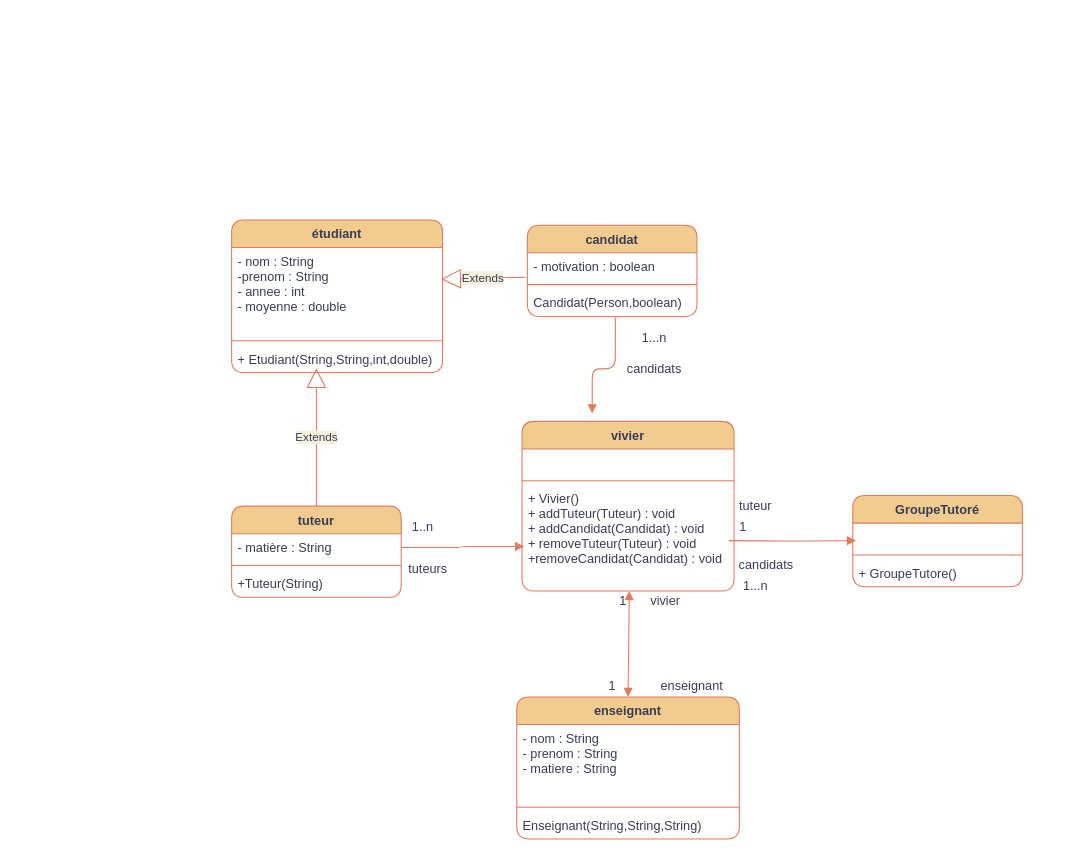
This is uml(1).drawio from GoujetP/tutoratIUT, a draw.io file, before an edit. Source tidied: cells renumbered, new cells numbered last; positions are measured from the earlier drawing's top-left corner, leaving out a move shared by most shapes. Both pictures are drawn from the tidied source at 106%, with x=0, y=0 at pixel (231, 219).
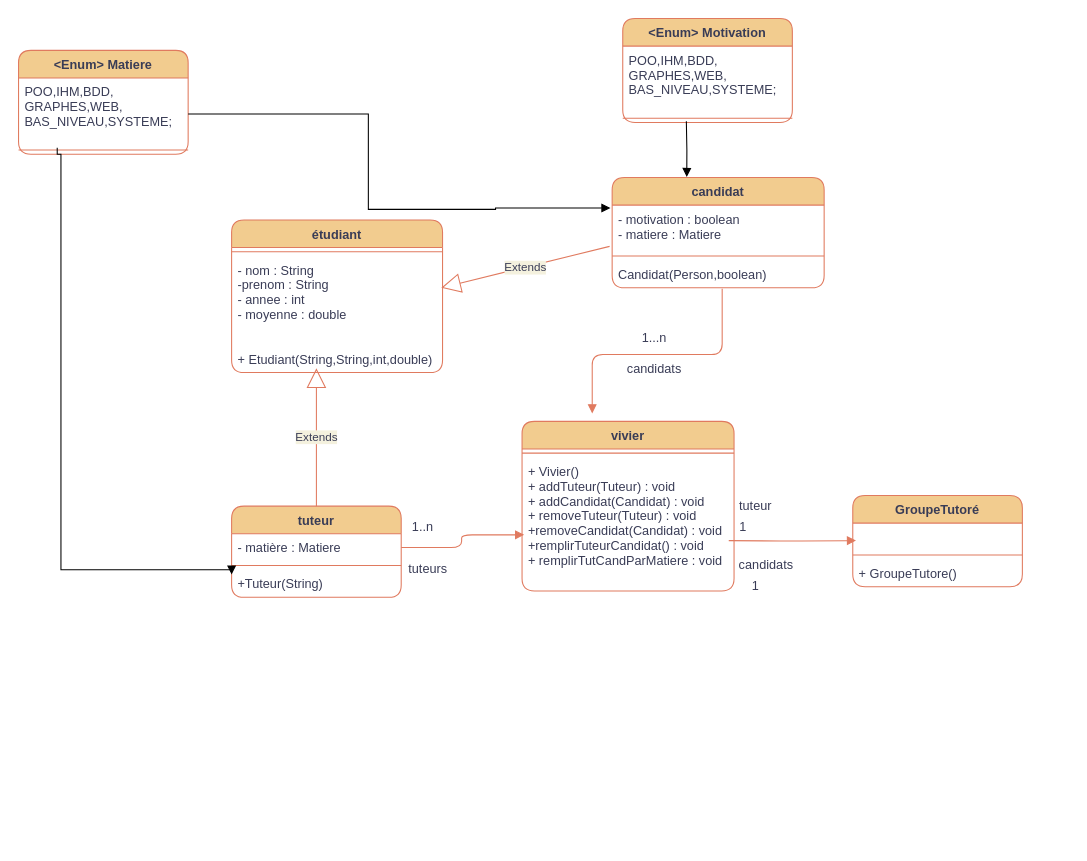
The same page after the edit.

Commit message (it also covers changes not shown here):
affectation ihh avec liste faite à faire affichage par matière

The change refers to these unchanged cells:
```xml
<mxCell id="2" value="étudiant" style="swimlane;fontStyle=1;align=center;verticalAlign=top;horizontal=1;startSize=26;rounded=1;fillColor=#F2CC8F;strokeColor=#E07A5F;fontColor=#393C56;" parent="1" vertex="1">
  <mxGeometry width="199" height="144" as="geometry" />
</mxCell>
<mxCell id="10" value="tuteur" style="swimlane;fontStyle=1;align=center;verticalAlign=top;horizontal=1;startSize=26;rounded=1;fillColor=#F2CC8F;strokeColor=#E07A5F;fontColor=#393C56;" parent="1" vertex="1">
  <mxGeometry y="270" width="160" height="86" as="geometry" />
</mxCell>
<mxCell id="14" value="vivier" style="swimlane;fontStyle=1;align=center;verticalAlign=top;horizontal=1;startSize=26;rounded=1;fillColor=#F2CC8F;strokeColor=#E07A5F;fontColor=#393C56;" parent="1" vertex="1">
  <mxGeometry x="274" y="190" width="200" height="160" as="geometry" />
</mxCell>
```

Change to the diagram source:
```diff
@@
+    <mxCell id="4" style="line;strokeWidth=1;fillColor=none;align=left;verticalAlign=middle;spacingTop=-1;spacingLeft=3;spacingRight=3;labelPosition=right;rounded=1;labelBackgroundColor=#F4F1DE;strokeColor=#E07A5F;fontColor=#393C56;" parent="2" vertex="1">
+      <mxGeometry y="26" width="199" height="8" as="geometry" />
+    </mxCell>
     <mxCell id="3" value="- nom : String&#10;-prenom : String&#10;- annee : int&#10;- moyenne : double&#10;" style="text;strokeColor=none;fillColor=none;align=left;verticalAlign=top;spacingLeft=4;spacingRight=4;overflow=hidden;points=[[0,0.5],[1,0.5]];portConstraint=eastwest;rounded=1;fontColor=#393C56;" parent="2" vertex="1">
-      <mxGeometry y="26" width="199" height="84" as="geometry" />
+      <mxGeometry y="34" width="199" height="84" as="geometry" />
     </mxCell>
-    <mxCell id="4" style="line;strokeWidth=1;fillColor=none;align=left;verticalAlign=middle;spacingTop=-1;spacingLeft=3;spacingRight=3;labelPosition=right;rounded=1;labelBackgroundColor=#F4F1DE;strokeColor=#E07A5F;fontColor=#393C56;" parent="2" vertex="1">
-      <mxGeometry y="110" width="199" height="8" as="geometry" />
-    </mxCell>
@@
-    <mxCell id="6" value="enseignant" style="swimlane;fontStyle=1;align=center;verticalAlign=top;horizontal=1;startSize=26;rounded=1;fillColor=#F2CC8F;strokeColor=#E07A5F;fontColor=#393C56;" parent="1" vertex="1">
-      <mxGeometry x="269" y="450" width="210" height="134" as="geometry" />
-    </mxCell>
-    <mxCell id="7" value="- nom : String&#10;- prenom : String&#10;- matiere : String" style="text;strokeColor=none;fillColor=none;align=left;verticalAlign=top;spacingLeft=4;spacingRight=4;overflow=hidden;rounded=1;fontColor=#393C56;" parent="6" vertex="1">
-      <mxGeometry y="26" width="210" height="74" as="geometry" />
-    </mxCell>
-    <mxCell id="8" style="line;strokeWidth=1;fillColor=none;align=left;verticalAlign=middle;spacingTop=-1;spacingLeft=3;spacingRight=3;labelPosition=right;rounded=1;labelBackgroundColor=#F4F1DE;strokeColor=#E07A5F;fontColor=#393C56;" parent="6" vertex="1">
-      <mxGeometry y="100" width="210" height="8" as="geometry" />
-    </mxCell>
-    <mxCell id="9" value="Enseignant(String,String,String)" style="text;strokeColor=none;fillColor=none;align=left;verticalAlign=top;spacingLeft=4;spacingRight=4;overflow=hidden;rounded=1;fontColor=#393C56;shadow=0;" parent="6" vertex="1">
-      <mxGeometry y="108" width="210" height="26" as="geometry" />
-    </mxCell>
@@
-    <mxCell id="11" value="- matière : String" style="text;strokeColor=none;fillColor=none;align=left;verticalAlign=top;spacingLeft=4;spacingRight=4;overflow=hidden;points=[[0,0.5],[1,0.5]];portConstraint=eastwest;rounded=1;fontColor=#393C56;" parent="10" vertex="1">
+    <mxCell id="11" value="- matière : Matiere" style="text;strokeColor=none;fillColor=none;align=left;verticalAlign=top;spacingLeft=4;spacingRight=4;overflow=hidden;points=[[0,0.5],[1,0.5]];portConstraint=eastwest;rounded=1;fontColor=#393C56;" parent="10" vertex="1">
       <mxGeometry y="26" width="160" height="26" as="geometry" />
     </mxCell>
@@
-    <mxCell id="15" value="&#10;" style="text;strokeColor=none;fillColor=none;align=left;verticalAlign=top;spacingLeft=4;spacingRight=4;overflow=hidden;rounded=1;fontColor=#393C56;" parent="14" vertex="1">
-      <mxGeometry y="26" width="200" height="26" as="geometry" />
-    </mxCell>
     <mxCell id="16" style="line;strokeWidth=1;fillColor=none;align=left;verticalAlign=middle;spacingTop=-1;spacingLeft=3;spacingRight=3;labelPosition=right;rounded=1;labelBackgroundColor=#F4F1DE;strokeColor=#E07A5F;fontColor=#393C56;" parent="14" vertex="1">
-      <mxGeometry y="52" width="200" height="8" as="geometry" />
+      <mxGeometry y="26" width="200" height="8" as="geometry" />
     </mxCell>
-    <mxCell id="17" value="+ Vivier()&#10;+ addTuteur(Tuteur) : void&#10;+ addCandidat(Candidat) : void&#10;+ removeTuteur(Tuteur) : void&#10;+removeCandidat(Candidat) : void&#10;&#10;" style="text;strokeColor=none;fillColor=none;align=left;verticalAlign=top;spacingLeft=4;spacingRight=4;overflow=hidden;points=[[0,0.5],[1,0.5]];portConstraint=eastwest;rounded=1;fontColor=#393C56;" parent="14" vertex="1">
-      <mxGeometry y="60" width="200" height="100" as="geometry" />
+    <mxCell id="17" value="+ Vivier()&#10;+ addTuteur(Tuteur) : void&#10;+ addCandidat(Candidat) : void&#10;+ removeTuteur(Tuteur) : void&#10;+removeCandidat(Candidat) : void&#10;+remplirTuteurCandidat() : void&#10;+ remplirTutCandParMatiere : void" style="text;strokeColor=none;fillColor=none;align=left;verticalAlign=top;spacingLeft=4;spacingRight=4;overflow=hidden;points=[[0,0.5],[1,0.5]];portConstraint=eastwest;rounded=1;fontColor=#393C56;" parent="14" vertex="1">
+      <mxGeometry y="34" width="200" height="126" as="geometry" />
     </mxCell>
@@
     <mxCell id="27" value="candidat&#10;" style="swimlane;fontStyle=1;align=center;verticalAlign=top;horizontal=1;startSize=26;rounded=1;fillColor=#F2CC8F;strokeColor=#E07A5F;fontColor=#393C56;" parent="1" vertex="1">
-      <mxGeometry x="279" y="5" width="160" height="86" as="geometry" />
+      <mxGeometry x="359" y="-40" width="200" height="104" as="geometry" />
     </mxCell>
-    <mxCell id="28" value="- motivation : boolean" style="text;strokeColor=none;fillColor=none;align=left;verticalAlign=top;spacingLeft=4;spacingRight=4;overflow=hidden;points=[[0,0.5],[1,0.5]];portConstraint=eastwest;rounded=1;fontColor=#393C56;" parent="27" vertex="1">
-      <mxGeometry y="26" width="160" height="26" as="geometry" />
+    <mxCell id="28" value="- motivation : boolean&#10;- matiere : Matiere" style="text;strokeColor=none;fillColor=none;align=left;verticalAlign=top;spacingLeft=4;spacingRight=4;overflow=hidden;points=[[0,0.5],[1,0.5]];portConstraint=eastwest;rounded=1;fontColor=#393C56;" parent="27" vertex="1">
+      <mxGeometry y="26" width="200" height="44" as="geometry" />
     </mxCell>
     <mxCell id="29" style="line;strokeWidth=1;fillColor=none;align=left;verticalAlign=middle;spacingTop=-1;spacingLeft=3;spacingRight=3;labelPosition=right;rounded=1;labelBackgroundColor=#F4F1DE;strokeColor=#E07A5F;fontColor=#393C56;" parent="27" vertex="1">
-      <mxGeometry y="52" width="160" height="8" as="geometry" />
+      <mxGeometry y="70" width="200" height="8" as="geometry" />
     </mxCell>
     <mxCell id="30" value="Candidat(Person,boolean)" style="text;strokeColor=none;fillColor=none;align=left;verticalAlign=top;spacingLeft=4;spacingRight=4;overflow=hidden;points=[[0,0.5],[1,0.5]];portConstraint=eastwest;rounded=1;fontColor=#393C56;" parent="27" vertex="1">
-      <mxGeometry y="60" width="160" height="26" as="geometry" />
+      <mxGeometry y="78" width="200" height="26" as="geometry" />
     </mxCell>
@@
-    <mxCell id="33" style="endArrow=block;startArrow=block;endFill=1;startFill=1;html=1;rounded=1;exitX=0.506;exitY=1;exitDx=0;exitDy=0;exitPerimeter=0;entryX=0.5;entryY=0;entryDx=0;entryDy=0;labelBackgroundColor=#F4F1DE;strokeColor=#E07A5F;fontColor=#393C56;" parent="1" edge="1" source="17" target="6">
-      <mxGeometry relative="1" as="geometry" />
-    </mxCell>
-    <mxCell id="34" value="1" style="text;html=1;align=center;verticalAlign=middle;strokeColor=none;fillColor=none;rounded=1;fontColor=#393C56;" parent="1" vertex="1">
-      <mxGeometry x="359" y="350" width="20" height="20" as="geometry" />
-    </mxCell>
-    <mxCell id="35" value="1" style="text;html=1;align=center;verticalAlign=middle;strokeColor=none;fillColor=none;rounded=1;fontColor=#393C56;" parent="1" vertex="1">
-      <mxGeometry x="349" y="430" width="20" height="20" as="geometry" />
-    </mxCell>
-    <mxCell id="36" value="vivier" style="text;html=1;align=center;verticalAlign=middle;strokeColor=none;fillColor=none;rounded=1;fontColor=#393C56;" parent="1" vertex="1">
-      <mxGeometry x="389" y="350" width="40" height="20" as="geometry" />
-    </mxCell>
-    <mxCell id="37" value="enseignant&lt;br&gt;" style="text;html=1;align=center;verticalAlign=middle;strokeColor=none;fillColor=none;rounded=1;fontColor=#393C56;" parent="1" vertex="1">
-      <mxGeometry x="399" y="430" width="70" height="20" as="geometry" />
-    </mxCell>
@@
-    <mxCell id="41" value="1...n" style="text;html=1;align=center;verticalAlign=middle;strokeColor=none;fillColor=none;rounded=1;fontColor=#393C56;" parent="1" vertex="1">
-      <mxGeometry x="474" y="336" width="40" height="20" as="geometry" />
+    <mxCell id="41" value="1" style="text;html=1;align=center;verticalAlign=middle;strokeColor=none;fillColor=none;rounded=1;fontColor=#393C56;" parent="1" vertex="1">
+      <mxGeometry x="484" y="336" width="20" height="20" as="geometry" />
     </mxCell>
@@
+    <mxCell id="15" value="&#10;" style="text;strokeColor=none;fillColor=none;align=left;verticalAlign=top;spacingLeft=4;spacingRight=4;overflow=hidden;rounded=1;fontColor=#393C56;" parent="1" vertex="1">
+      <mxGeometry x="589" y="164" width="200" height="26" as="geometry" />
+    </mxCell>
+    <mxCell id="43" value="&lt;Enum&gt; Matiere" style="swimlane;fontStyle=1;align=center;verticalAlign=top;horizontal=1;startSize=26;rounded=1;fillColor=#F2CC8F;strokeColor=#E07A5F;fontColor=#393C56;" parent="1" vertex="1">
+      <mxGeometry x="-201" y="-160" width="160" height="98" as="geometry" />
+    </mxCell>
+    <mxCell id="44" value="POO,IHM,BDD,&#10;GRAPHES,WEB,&#10;BAS_NIVEAU,SYSTEME;" style="text;strokeColor=none;fillColor=none;align=left;verticalAlign=top;spacingLeft=4;spacingRight=4;overflow=hidden;rounded=1;fontColor=#393C56;" parent="43" vertex="1">
+      <mxGeometry y="26" width="160" height="64" as="geometry" />
+    </mxCell>
+    <mxCell id="45" style="line;strokeWidth=1;fillColor=none;align=left;verticalAlign=middle;spacingTop=-1;spacingLeft=3;spacingRight=3;labelPosition=right;points=[];portConstraint=eastwest;rounded=1;labelBackgroundColor=#F4F1DE;strokeColor=#E07A5F;fontColor=#393C56;" parent="43" vertex="1">
+      <mxGeometry y="90" width="160" height="8" as="geometry" />
+    </mxCell>
+    <mxCell id="46" value="&lt;Enum&gt; Motivation" style="swimlane;fontStyle=1;align=center;verticalAlign=top;horizontal=1;startSize=26;rounded=1;fillColor=#F2CC8F;strokeColor=#E07A5F;fontColor=#393C56;" parent="1" vertex="1">
+      <mxGeometry x="369" y="-190" width="160" height="98" as="geometry" />
+    </mxCell>
+    <mxCell id="47" value="POO,IHM,BDD,&#10;GRAPHES,WEB,&#10;BAS_NIVEAU,SYSTEME;" style="text;strokeColor=none;fillColor=none;align=left;verticalAlign=top;spacingLeft=4;spacingRight=4;overflow=hidden;rounded=1;fontColor=#393C56;" parent="46" vertex="1">
+      <mxGeometry y="26" width="160" height="64" as="geometry" />
+    </mxCell>
+    <mxCell id="48" style="endArrow=block;endFill=1;html=1;edgeStyle=orthogonalEdgeStyle;align=left;verticalAlign=top;rounded=0;entryX=0.352;entryY=-0.005;entryDx=0;entryDy=0;entryPerimeter=0;" parent="46" edge="1" target="27">
+      <mxGeometry x="-1" relative="1" as="geometry">
+        <mxPoint x="60" y="96.9" as="sourcePoint" />
+      </mxGeometry>
+    </mxCell>
+    <mxCell id="49" style="line;strokeWidth=1;fillColor=none;align=left;verticalAlign=middle;spacingTop=-1;spacingLeft=3;spacingRight=3;labelPosition=right;rounded=1;labelBackgroundColor=#F4F1DE;strokeColor=#E07A5F;fontColor=#393C56;" parent="46" vertex="1">
+      <mxGeometry y="90" width="160" height="8" as="geometry" />
+    </mxCell>
+    <mxCell id="50" style="endArrow=block;endFill=1;html=1;edgeStyle=orthogonalEdgeStyle;align=left;verticalAlign=top;rounded=0;entryX=0;entryY=0.75;entryDx=0;entryDy=0;exitX=0.228;exitY=0.236;exitDx=0;exitDy=0;exitPerimeter=0;" parent="1" edge="1" source="45" target="10">
+      <mxGeometry x="-1" relative="1" as="geometry">
+        <Array as="points">
+          <mxPoint x="-164" y="-62" />
+          <mxPoint x="-161" y="-62" />
+          <mxPoint x="-161" y="330" />
+          <mxPoint y="330" />
+        </Array>
+      </mxGeometry>
+    </mxCell>
+    <mxCell id="51" style="endArrow=block;endFill=1;html=1;edgeStyle=orthogonalEdgeStyle;align=left;verticalAlign=top;rounded=0;entryX=-0.008;entryY=0.063;entryDx=0;entryDy=0;entryPerimeter=0;" parent="1" edge="1" target="28">
+      <mxGeometry x="-1" relative="1" as="geometry">
+        <mxPoint x="-41" y="-100" as="sourcePoint" />
+        <Array as="points">
+          <mxPoint x="129" y="-100" />
+          <mxPoint x="129" y="-10" />
+          <mxPoint x="249" y="-10" />
+          <mxPoint x="249" y="-11" />
+        </Array>
+      </mxGeometry>
+    </mxCell>
```
